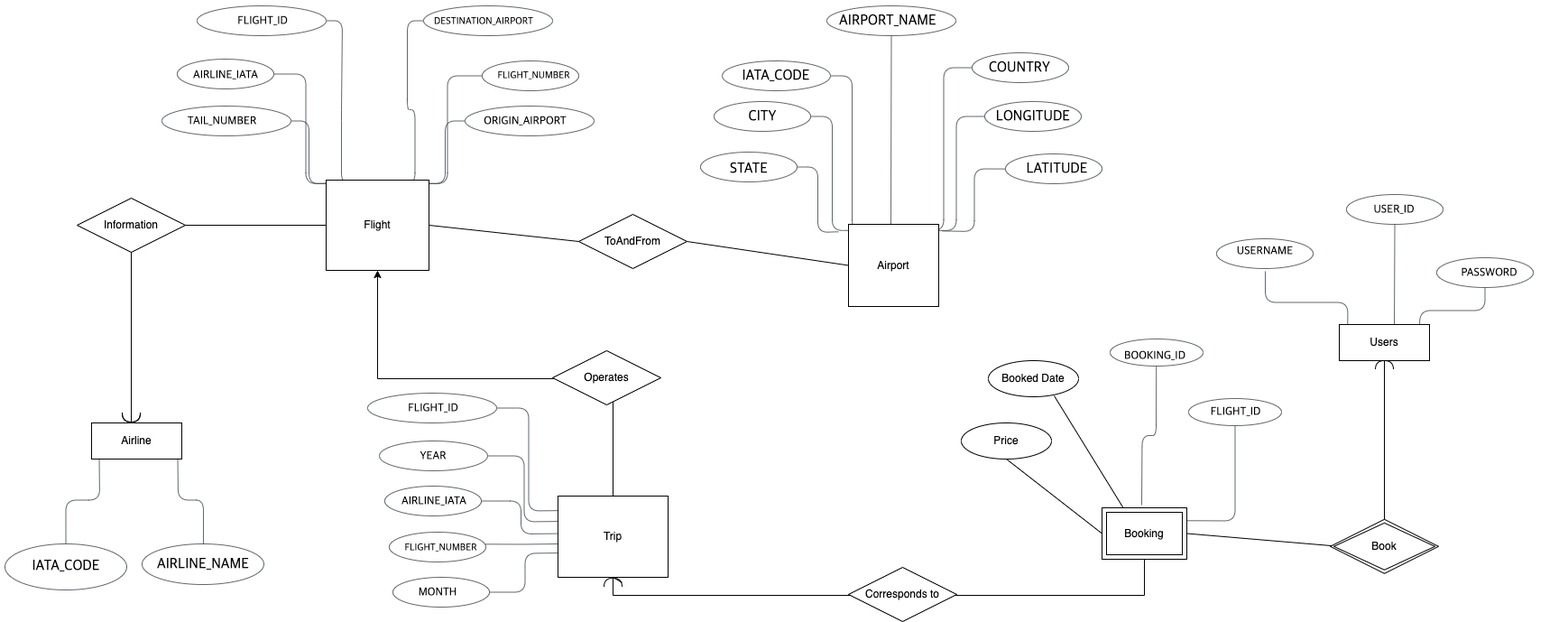
cs411-alawini/fa23-cs411-team080-HighLevel keeps this draw.io diagram as doc/erdiagram.png. Above is the earlier version. Source tidied: cells renumbered, new cells last; positions are measured from the earlier drawing's top-left corner, leaving out a move shared by most shapes.
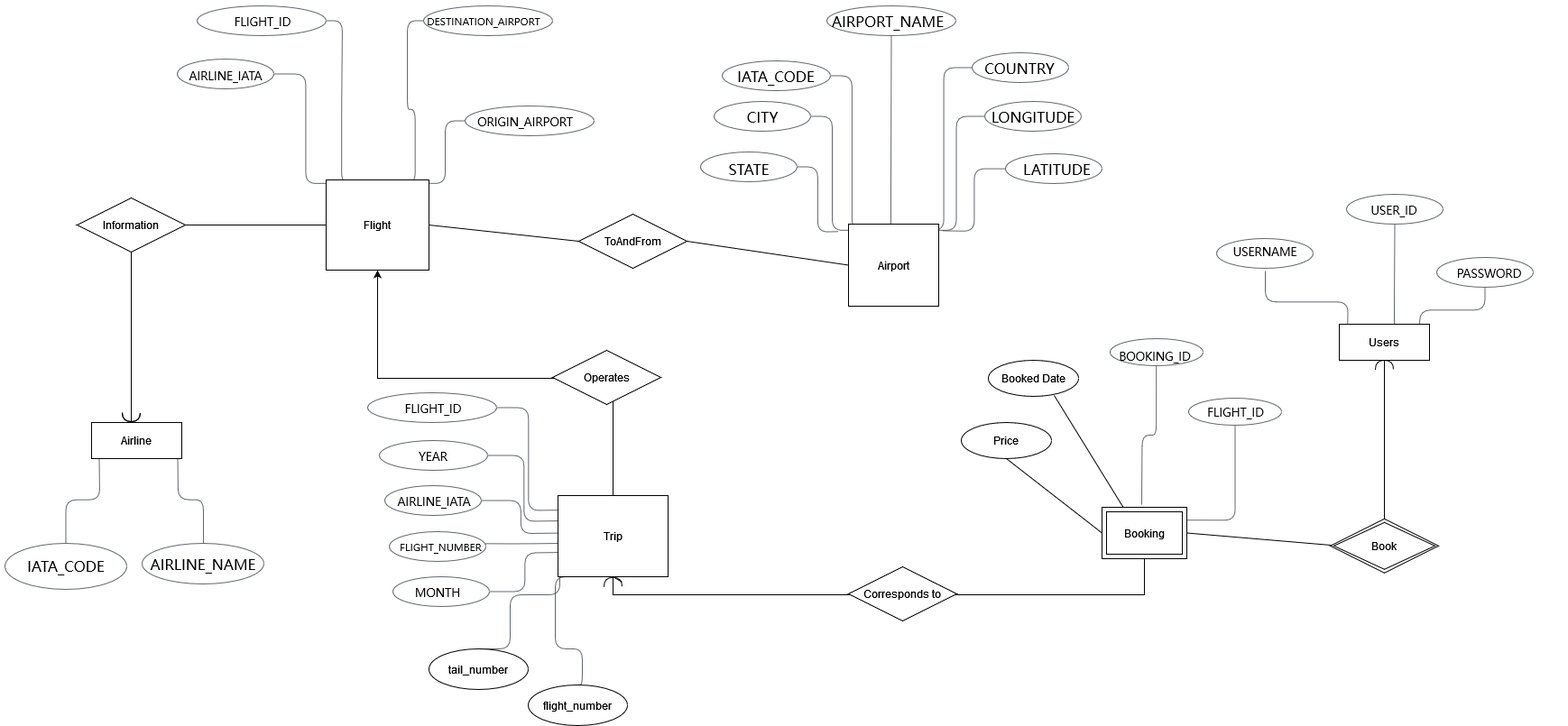
Above is the later version.

Commit message:
replaced diagram

Change to the diagram source:
```diff
@@ -20,9 +20,6 @@
     <mxCell id="7" style="html=1;overflow=block;blockSpacing=1;whiteSpace=wrap;ellipse;fontSize=13;spacing=0;strokeColor=#3a414a;strokeOpacity=100;fillOpacity=0;rounded=1;absoluteArcSize=1;arcSize=12;fillColor=#000000;strokeWidth=0.8;lucidId=bXLzScio9WUb;" parent="1" vertex="1">
       <mxGeometry x="515" y="117" width="143" height="33" as="geometry" />
     </mxCell>
-    <mxCell id="8" style="html=1;overflow=block;blockSpacing=1;whiteSpace=wrap;ellipse;fontSize=13;spacing=0;strokeColor=#3a414a;strokeOpacity=100;fillOpacity=0;rounded=1;absoluteArcSize=1;arcSize=12;fillColor=#000000;strokeWidth=0.8;lucidId=bXLzlpCGfD0T;" parent="1" vertex="1">
-      <mxGeometry x="179" y="117" width="143" height="33" as="geometry" />
-    </mxCell>
     <mxCell id="9" style="html=1;overflow=block;blockSpacing=1;whiteSpace=wrap;ellipse;fontSize=13;spacing=0;strokeColor=#3a414a;strokeOpacity=100;fillOpacity=0;rounded=1;absoluteArcSize=1;arcSize=12;fillColor=#000000;strokeWidth=0.8;lucidId=bXLzn3RcYax1;" parent="1" vertex="1">
       <mxGeometry x="469" y="6" width="143" height="33" as="geometry" />
     </mxCell>
@@ -80,15 +77,9 @@
     <mxCell id="27" style="html=1;overflow=block;blockSpacing=1;whiteSpace=wrap;ellipse;fontSize=13;spacing=0;strokeColor=#3a414a;strokeOpacity=100;fillOpacity=0;rounded=1;absoluteArcSize=1;arcSize=12;fillColor=#000000;strokeWidth=0.8;lucidId=bXLzKB7YLSXG;" parent="1" vertex="1">
       <mxGeometry x="800" y="67" width="120" height="33" as="geometry" />
     </mxCell>
-    <mxCell id="28" style="html=1;overflow=block;blockSpacing=1;whiteSpace=wrap;ellipse;fontSize=13;spacing=0;strokeColor=#3a414a;strokeOpacity=100;fillOpacity=0;rounded=1;absoluteArcSize=1;arcSize=12;fillColor=#000000;strokeWidth=0.8;lucidId=bXLz55Xzsag.;" parent="1" vertex="1">
-      <mxGeometry x="534" y="67" width="107" height="33" as="geometry" />
-    </mxCell>
     <mxCell id="29" style="html=1;overflow=block;blockSpacing=1;whiteSpace=wrap;ellipse;fontSize=13;spacing=0;strokeColor=#3a414a;strokeOpacity=100;fillOpacity=0;rounded=1;absoluteArcSize=1;arcSize=12;fillColor=#000000;strokeWidth=0.8;lucidId=bXLzM3G5~Smt;" parent="1" vertex="1">
       <mxGeometry x="218" y="6" width="143" height="33" as="geometry" />
     </mxCell>
-    <mxCell id="30" value="FLIGHT_NUMBER" style="html=1;overflow=block;blockSpacing=1;whiteSpace=wrap;fontSize=11;fontFamily=Roboto;align=center;spacing=3.8;strokeOpacity=0;fillOpacity=0;rounded=1;absoluteArcSize=1;arcSize=12;fillColor=#ffffff;strokeWidth=0.8;lucidId=bXLzPgNP.sOS;" parent="1" vertex="1">
-      <mxGeometry x="505" y="60" width="173" height="45" as="geometry" />
-    </mxCell>
     <mxCell id="31" value="FLIGHT_ID" style="html=1;overflow=block;blockSpacing=1;whiteSpace=wrap;fontSize=12.7;fontFamily=Roboto;align=center;spacing=3.8;strokeOpacity=0;fillOpacity=0;rounded=1;absoluteArcSize=1;arcSize=12;fillColor=#ffffff;strokeWidth=0.8;lucidId=bXLzRRz75skp;" parent="1" vertex="1">
       <mxGeometry x="201" width="180" height="45" as="geometry" />
     </mxCell>
@@ -101,9 +92,6 @@
     <mxCell id="34" value="ORIGIN_AIRPORT" style="html=1;overflow=block;blockSpacing=1;whiteSpace=wrap;fontSize=12.7;fontFamily=Roboto;align=center;spacing=3.8;strokeOpacity=0;fillOpacity=0;rounded=1;absoluteArcSize=1;arcSize=12;fillColor=#ffffff;strokeWidth=0.8;lucidId=bXLzLK6ZFkUN;" parent="1" vertex="1">
       <mxGeometry x="492" y="111" width="180" height="45" as="geometry" />
     </mxCell>
-    <mxCell id="35" value="TAIL_NUMBER" style="html=1;overflow=block;blockSpacing=1;whiteSpace=wrap;fontSize=12.7;fontFamily=Roboto;align=center;spacing=3.8;strokeOpacity=0;fillOpacity=0;rounded=1;absoluteArcSize=1;arcSize=12;fillColor=#ffffff;strokeWidth=0.8;lucidId=bXLzTRUB2rhf;" parent="1" vertex="1">
-      <mxGeometry x="156" y="111" width="180" height="45" as="geometry" />
-    </mxCell>
     <mxCell id="36" value="DESTINATION_AIRPORT" style="html=1;overflow=block;blockSpacing=1;whiteSpace=wrap;fontSize=11;fontFamily=Roboto;align=center;spacing=3.8;strokeOpacity=0;fillOpacity=0;rounded=1;absoluteArcSize=1;arcSize=12;fillColor=#ffffff;strokeWidth=0.8;lucidId=bXLzr-0.qqy-;" parent="1" vertex="1">
       <mxGeometry x="446" width="180" height="45" as="geometry" />
     </mxCell>
@@ -210,9 +198,13 @@
         <mxPoint x="470" y="202.6" as="sourcePoint" />
       </mxGeometry>
     </mxCell>
-    <mxCell id="64" style="html=1;jettySize=18;whiteSpace=wrap;fontSize=13;strokeColor=#3a414a;strokeOpacity=100;strokeWidth=0.8;rounded=1;arcSize=24;edgeStyle=orthogonalEdgeStyle;startArrow=none;endArrow=none;exitX=0.052;exitY=-0.004;exitPerimeter=0;entryX=1.003;entryY=0.5;entryPerimeter=0;lucidId=bXLzimjRAaT4;" parent="1" edge="1" target="8">
+    <mxCell id="64" style="html=1;jettySize=18;whiteSpace=wrap;fontSize=13;strokeColor=#3a414a;strokeOpacity=100;strokeWidth=0.8;rounded=1;arcSize=24;edgeStyle=orthogonalEdgeStyle;startArrow=none;endArrow=none;exitX=0.016;exitY=0.856;exitPerimeter=0;lucidId=bXLzimjRAaT4;exitDx=0;exitDy=0;entryX=0.5;entryY=0;entryDx=0;entryDy=0;" parent="1" edge="1" source="80" target="103">
       <mxGeometry relative="1" as="geometry">
-        <mxPoint x="362.2" y="202.6" as="sourcePoint" />
+        <Array as="points">
+          <mxPoint x="620" y="659" />
+          <mxPoint x="565" y="659" />
+          <mxPoint x="565" y="719" />
+        </Array>
       </mxGeometry>
     </mxCell>
     <mxCell id="65" style="html=1;jettySize=18;whiteSpace=wrap;fontSize=13;strokeColor=#3a414a;strokeOpacity=100;strokeWidth=0.8;rounded=1;arcSize=24;edgeStyle=orthogonalEdgeStyle;startArrow=none;endArrow=none;exitX=0.148;exitY=-0.004;exitPerimeter=0;entryX=1.003;entryY=0.5;entryPerimeter=0;lucidId=bXLzynKHf1WV;" parent="1" edge="1" target="33">
@@ -220,9 +212,14 @@
         <mxPoint x="373.8" y="202.6" as="sourcePoint" />
       </mxGeometry>
     </mxCell>
-    <mxCell id="66" style="html=1;jettySize=18;whiteSpace=wrap;fontSize=13;strokeColor=#3a414a;strokeOpacity=100;strokeWidth=0.8;rounded=1;arcSize=24;edgeStyle=orthogonalEdgeStyle;startArrow=none;endArrow=none;exitX=0.835;exitY=-0.004;exitPerimeter=0;entryX=-0.003;entryY=0.5;entryPerimeter=0;lucidId=bXLzgnt732Lh;" parent="1" edge="1" target="28">
+    <mxCell id="66" style="html=1;jettySize=18;whiteSpace=wrap;fontSize=13;strokeColor=#3a414a;strokeOpacity=100;strokeWidth=0.8;rounded=1;arcSize=24;edgeStyle=orthogonalEdgeStyle;startArrow=none;endArrow=none;exitX=0.15;exitY=1;exitPerimeter=0;lucidId=bXLzgnt732Lh;exitDx=0;exitDy=0;entryX=0.5;entryY=0;entryDx=0;entryDy=0;" parent="1" edge="1" source="80" target="104">
       <mxGeometry relative="1" as="geometry">
-        <mxPoint x="456.2" y="202.6" as="sourcePoint" />
+        <Array as="points">
+          <mxPoint x="615" y="639" />
+          <mxPoint x="615" y="719" />
+          <mxPoint x="645" y="719" />
+          <mxPoint x="645" y="759" />
+        </Array>
       </mxGeometry>
     </mxCell>
     <mxCell id="67" style="html=1;jettySize=18;whiteSpace=wrap;fontSize=13;strokeColor=#3a414a;strokeOpacity=100;strokeWidth=0.8;rounded=1;arcSize=24;edgeStyle=orthogonalEdgeStyle;startArrow=none;endArrow=none;exitX=0.706;exitY=-0.004;exitPerimeter=0;entryX=-0.003;entryY=0.5;entryPerimeter=0;lucidId=bXLz845zW-65;" parent="1" edge="1" target="9">
@@ -371,5 +368,11 @@
     <mxCell id="102" style="shape=requiredInterface;html=1;verticalLabelPosition=bottom;sketch=0;rotation=-90;" parent="1" vertex="1">
       <mxGeometry x="674" y="634.8" width="10" height="20" as="geometry" />
     </mxCell>
+    <mxCell id="103" value="tail_number" style="ellipse;whiteSpace=wrap;html=1;" parent="1" vertex="1">
+      <mxGeometry x="475" y="719" width="110" height="45" as="geometry" />
+    </mxCell>
+    <mxCell id="104" value="flight_number" style="ellipse;whiteSpace=wrap;html=1;" parent="1" vertex="1">
+      <mxGeometry x="585" y="759" width="110" height="45" as="geometry" />
+    </mxCell>
   </root>
 </mxGraphModel>
```
